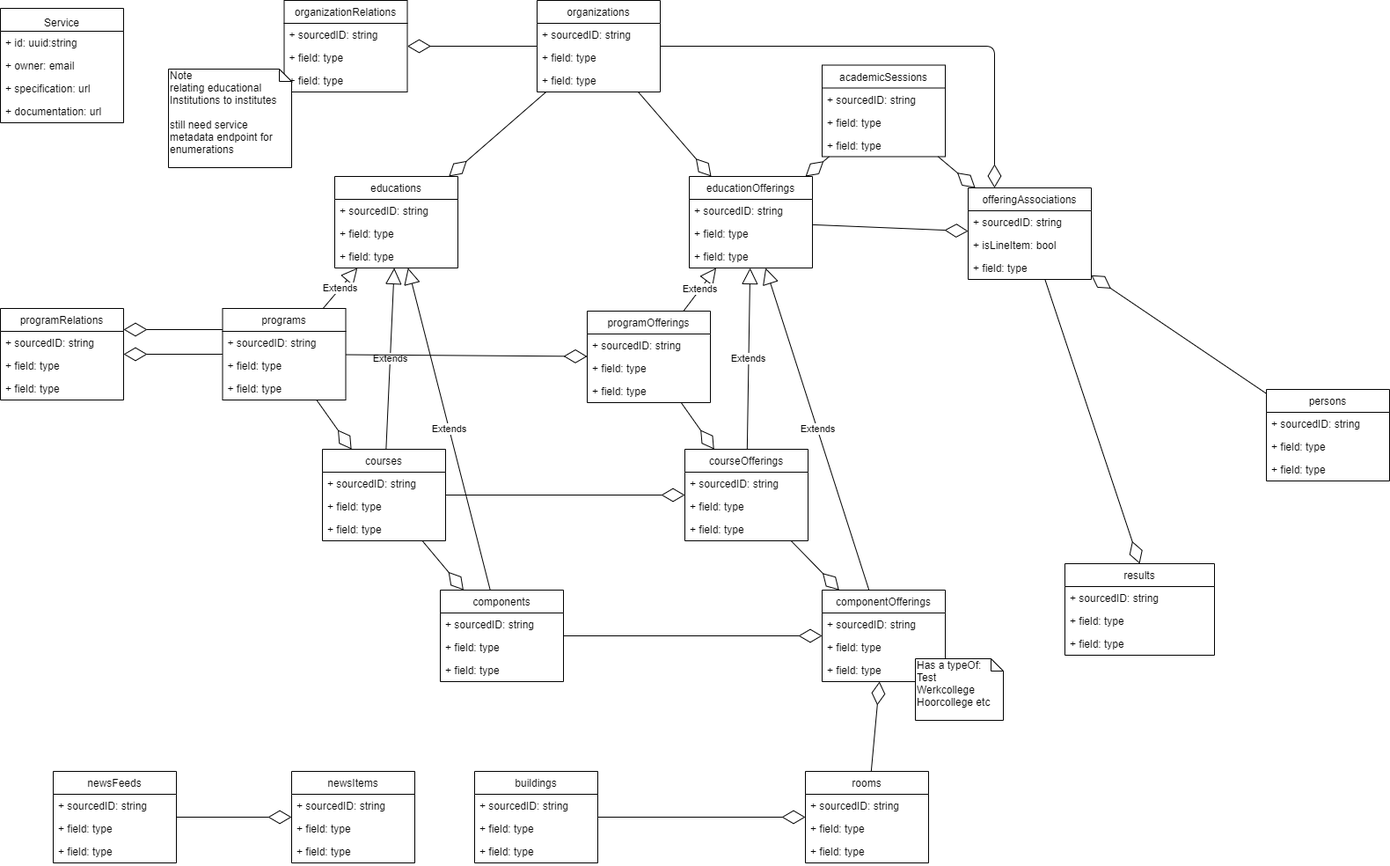
This is v4/OOAPI_model_v4.png from open-education-api/specification, a draw.io export, as it was before one commit. Source tidied: cells renumbered, new cells last; positions are measured from the earlier drawing's top-left corner, leaving out a move shared by most shapes.
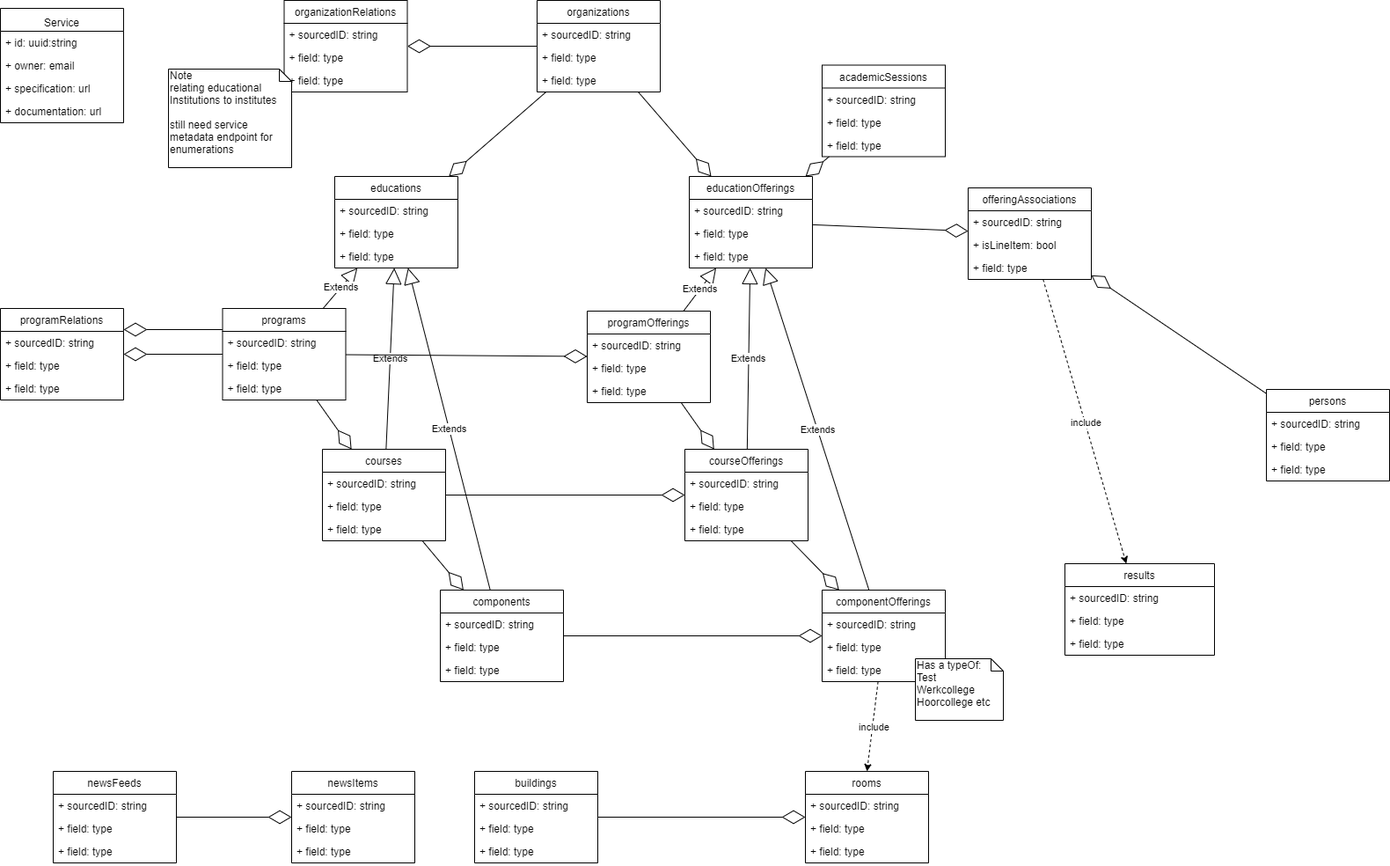
Later version of the same file.

Diff of the diagram source:
```diff
@@ -155,9 +155,6 @@
     <mxCell id="52" style="endArrow=diamondThin;endFill=0;endSize=24;html=1;" parent="1" edge="1" source="34" target="2">
       <mxGeometry relative="1" as="geometry" />
     </mxCell>
-    <mxCell id="53" style="endArrow=diamondThin;endFill=0;endSize=24;html=1;" parent="1" edge="1" source="14" target="22">
-      <mxGeometry relative="1" as="geometry" />
-    </mxCell>
     <mxCell id="54" style="endArrow=diamondThin;endFill=0;endSize=24;html=1;" parent="1" edge="1" source="48" target="14">
       <mxGeometry relative="1" as="geometry" />
     </mxCell>
@@ -203,13 +200,6 @@
     <mxCell id="67" style="endArrow=diamondThin;endFill=0;endSize=24;html=1;" parent="1" edge="1" source="62" target="34">
       <mxGeometry relative="1" as="geometry" />
     </mxCell>
-    <mxCell id="68" style="endArrow=diamondThin;endFill=0;endSize=24;html=1;edgeStyle=elbowEdgeStyle;" parent="1" edge="1" source="62" target="2">
-      <mxGeometry relative="1" as="geometry">
-        <Array as="points">
-          <mxPoint x="1130" y="140" />
-        </Array>
-      </mxGeometry>
-    </mxCell>
     <mxCell id="69" value="organizationRelations" style="swimlane;fontStyle=0;horizontal=1;startSize=26;fillColor=none;" parent="1" vertex="1">
       <mxGeometry x="322.5" width="140" height="104" as="geometry" />
     </mxCell>
@@ -282,9 +272,6 @@
     <mxCell id="92" value="+ field: type" style="text;strokeColor=none;fillColor=none;align=left;verticalAlign=top;spacingLeft=4;spacingRight=4;overflow=hidden;" parent="89" vertex="1">
       <mxGeometry y="78" width="170" height="26" as="geometry" />
     </mxCell>
-    <mxCell id="93" style="endArrow=diamondThin;endFill=0;endSize=24;html=1;entryX=0.5;entryY=0;entryDx=0;entryDy=0;" parent="1" edge="1" source="2" target="89">
-      <mxGeometry relative="1" as="geometry" />
-    </mxCell>
     <mxCell id="94" style="endArrow=diamondThin;endFill=0;endSize=24;html=1;" parent="1" edge="1" source="26" target="6">
       <mxGeometry relative="1" as="geometry" />
     </mxCell>
@@ -321,9 +308,6 @@
     <mxCell id="105" style="endArrow=diamondThin;endFill=0;endSize=24;html=1;" parent="1" edge="1" source="101" target="2">
       <mxGeometry relative="1" as="geometry" />
     </mxCell>
-    <mxCell id="106" style="endArrow=diamondThin;endFill=0;endSize=24;html=1;" parent="1" edge="1" source="75" target="2">
-      <mxGeometry relative="1" as="geometry" />
-    </mxCell>
     <mxCell id="107" value="Service" style="swimlane;fontStyle=0;horizontal=1;startSize=26;fillColor=none;verticalAlign=bottom;" parent="1" vertex="1">
       <mxGeometry y="9" width="140" height="130" as="geometry" />
     </mxCell>
@@ -343,5 +327,17 @@
         <mxGeometry y="104" width="140" height="26" as="geometry" />
       </mxCell>
     </object>
+    <mxCell id="93" style="endArrow=classic;dashed=1;html=1;" parent="1" edge="1" source="2" target="89">
+      <mxGeometry relative="1" as="geometry" />
+    </mxCell>
+    <mxCell id="112" value="include" style="edgeLabel;html=1;align=center;verticalAlign=middle;" parent="93" vertex="1">
+      <mxGeometry relative="1" as="geometry" />
+    </mxCell>
+    <mxCell id="113" style="endArrow=classic;dashed=1;html=1;entryX=0.5;entryY=0;entryDx=0;entryDy=0;" parent="1" edge="1" source="22" target="14">
+      <mxGeometry relative="1" as="geometry" />
+    </mxCell>
+    <mxCell id="114" value="include" style="edgeLabel;html=1;align=center;verticalAlign=middle;" parent="113" vertex="1">
+      <mxGeometry relative="1" as="geometry" />
+    </mxCell>
   </root>
 </mxGraphModel>
```
